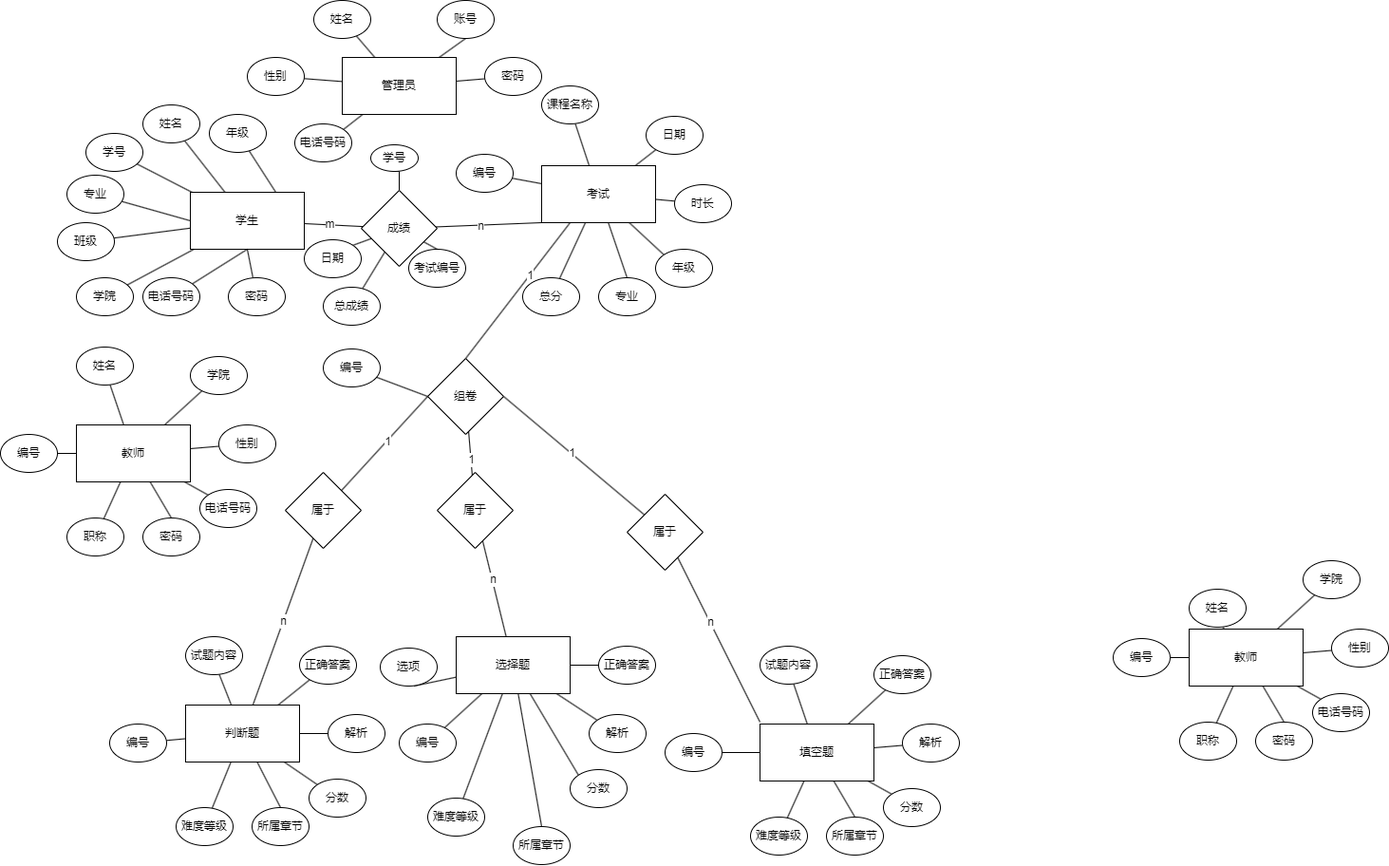
JackeyTower/pic-work keeps this draw.io diagram as 全局ER图.drawio.png. Above is the earlier version. Source tidied: cells renumbered, new cells last; positions are measured from the earlier drawing's top-left corner, leaving out a move shared by most shapes.
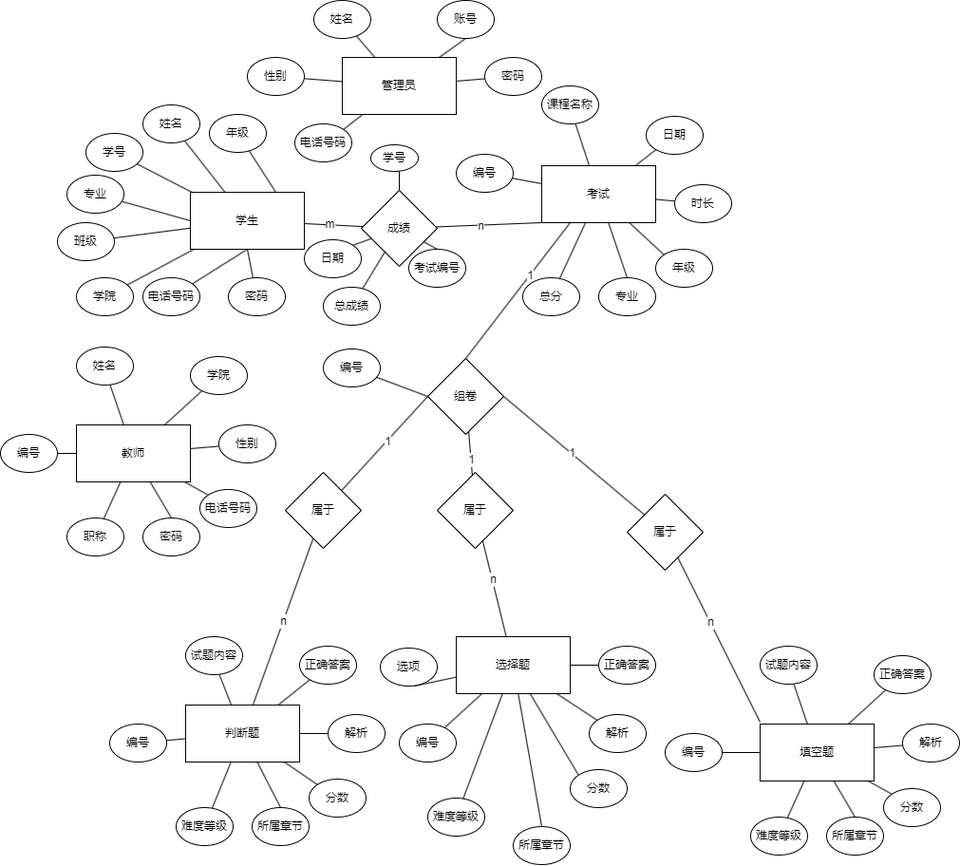
Above is the later version.

Commit message:
更新全局ER图.drawio.png

The edit, as a diff of the source:
```diff
@@ -256,51 +256,6 @@
     <mxCell id="85" value="职称" style="ellipse;whiteSpace=wrap;html=1;" parent="1" vertex="1">
       <mxGeometry x="70" y="545" width="60" height="40" as="geometry" />
     </mxCell>
-    <mxCell id="86" style="rounded=0;jettySize=auto;html=1;endArrow=none;endFill=0;entryX=0.592;entryY=1;entryDx=0;entryDy=0;entryPerimeter=0;" parent="1" edge="1" source="93" target="95">
-      <mxGeometry relative="1" as="geometry" />
-    </mxCell>
-    <mxCell id="87" style="rounded=0;jettySize=auto;html=1;endArrow=none;endFill=0;" parent="1" edge="1" source="93" target="97">
-      <mxGeometry relative="1" as="geometry" />
-    </mxCell>
-    <mxCell id="88" style="rounded=0;jettySize=auto;html=1;endArrow=none;endFill=0;" parent="1" edge="1" source="93" target="94">
-      <mxGeometry relative="1" as="geometry" />
-    </mxCell>
-    <mxCell id="89" style="rounded=0;jettySize=auto;html=1;endArrow=none;endFill=0;" parent="1" edge="1" source="93" target="96">
-      <mxGeometry relative="1" as="geometry" />
-    </mxCell>
-    <mxCell id="90" style="rounded=0;jettySize=auto;html=1;endArrow=none;endFill=0;" parent="1" edge="1" source="93" target="100">
-      <mxGeometry relative="1" as="geometry" />
-    </mxCell>
-    <mxCell id="91" style="rounded=0;jettySize=auto;html=1;entryX=0.5;entryY=0;entryDx=0;entryDy=0;endArrow=none;endFill=0;" parent="1" edge="1" source="93" target="99">
-      <mxGeometry relative="1" as="geometry" />
-    </mxCell>
-    <mxCell id="92" style="rounded=0;jettySize=auto;html=1;entryX=0;entryY=0;entryDx=0;entryDy=0;endArrow=none;endFill=0;" parent="1" edge="1" source="93" target="98">
-      <mxGeometry relative="1" as="geometry" />
-    </mxCell>
-    <mxCell id="93" value="教师" style="rounded=0;whiteSpace=wrap;html=1;" parent="1" vertex="1">
-      <mxGeometry x="1252" y="662" width="120" height="60" as="geometry" />
-    </mxCell>
-    <mxCell id="94" value="学院" style="ellipse;whiteSpace=wrap;html=1;" parent="1" vertex="1">
-      <mxGeometry x="1372" y="590" width="60" height="40" as="geometry" />
-    </mxCell>
-    <mxCell id="95" value="姓名" style="ellipse;whiteSpace=wrap;html=1;" parent="1" vertex="1">
-      <mxGeometry x="1252" y="620" width="60" height="40" as="geometry" />
-    </mxCell>
-    <mxCell id="96" value="编号" style="ellipse;whiteSpace=wrap;html=1;" parent="1" vertex="1">
-      <mxGeometry x="1172" y="672" width="60" height="40" as="geometry" />
-    </mxCell>
-    <mxCell id="97" value="性别" style="ellipse;whiteSpace=wrap;html=1;" parent="1" vertex="1">
-      <mxGeometry x="1402" y="662" width="60" height="40" as="geometry" />
-    </mxCell>
-    <mxCell id="98" value="电话号码" style="ellipse;whiteSpace=wrap;html=1;" parent="1" vertex="1">
-      <mxGeometry x="1382" y="730" width="60" height="40" as="geometry" />
-    </mxCell>
-    <mxCell id="99" value="密码" style="ellipse;whiteSpace=wrap;html=1;" parent="1" vertex="1">
-      <mxGeometry x="1322" y="760" width="60" height="40" as="geometry" />
-    </mxCell>
-    <mxCell id="100" value="职称" style="ellipse;whiteSpace=wrap;html=1;" parent="1" vertex="1">
-      <mxGeometry x="1242" y="760" width="60" height="40" as="geometry" />
-    </mxCell>
     <mxCell id="101" value="总成绩" style="ellipse;whiteSpace=wrap;html=1;" parent="1" vertex="1">
       <mxGeometry x="340" y="302" width="60" height="40" as="geometry" />
     </mxCell>
```
